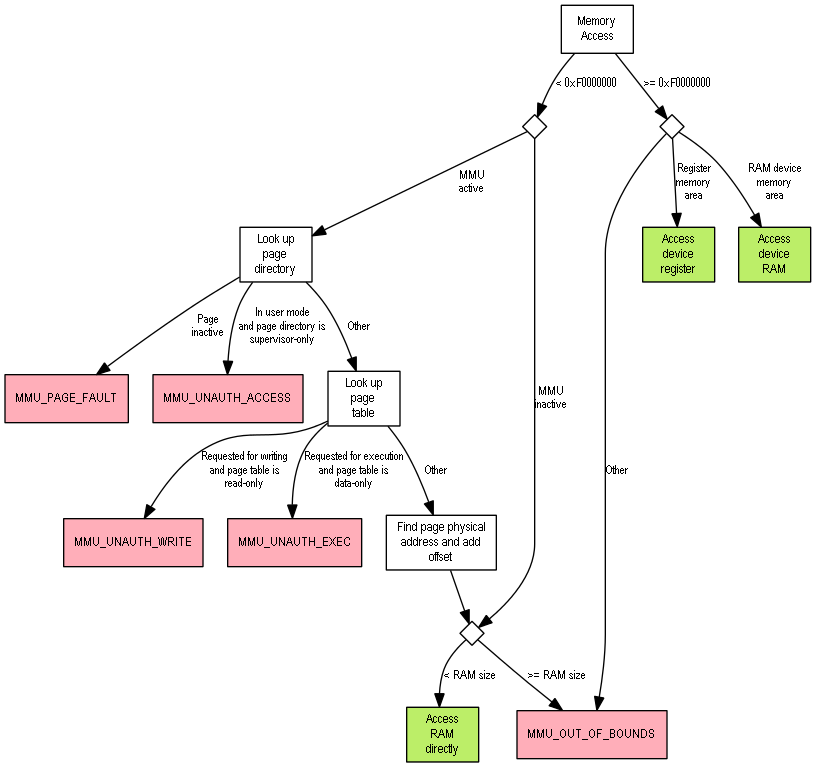
andrenho/luisa keeps this Graphviz diagram as diagrams/memory.png. Above is the earlier version. Its source is kept beside it as diagrams/memory.dot. Source of this version:
```dot
digraph {

    node [fontname="Sudo"];
    edge [fontname="Sudo"];

    {
        node [shape=diamond, label="", width=0.25, height=0.25];
        X3; X1; X2;
    }

    node [fontsize=11, shape=box];
    edge [fontsize=10];

    "Memory\nAccess" -> X3 [label = "< 0xF0000000"];
    X3 -> "Look up\npage\ndirectory" [label="MMU\nactive"];
    "Look up\npage\ndirectory" -> "Look up\npage\ntable" [label="Other"];
    MMU_PAGE_FAULT [fillcolor=lightpink1, style=filled];
    "Look up\npage\ndirectory" -> MMU_PAGE_FAULT [label="Page\ninactive"];
    MMU_UNAUTH_ACCESS [fillcolor=lightpink1, style=filled];
    "Look up\npage\ndirectory" -> MMU_UNAUTH_ACCESS [label="In user mode\nand page directory is\nsupervisor-only"];

    "Look up\npage\ntable" -> "Find page physical\naddress and add\noffset" [label="Other"];
    MMU_UNAUTH_WRITE [fillcolor=lightpink1, style=filled];
    "Look up\npage\ntable" -> MMU_UNAUTH_WRITE [label="Requested for writing\nand page table is\nread-only"];
    MMU_UNAUTH_EXEC [fillcolor=lightpink1, style=filled];
    "Look up\npage\ntable" -> MMU_UNAUTH_EXEC [label="Requested for execution\nand page table is\ndata-only"];
    "Find page physical\naddress and add\noffset" -> X1;

    "Access\ndevice\nregister" [fillcolor=darkolivegreen2, style=filled];
    "Access\ndevice\nRAM" [fillcolor=darkolivegreen2, style=filled];
    "MMU_OUT_OF_BOUNDS" [fillcolor=lightpink1, style=filled];

    X3 -> X1 [label="MMU\ninactive"];
    X1 -> "Access\nRAM\ndirectly" [label="< RAM size"];
    X1 -> "MMU_OUT_OF_BOUNDS" [label=">= RAM size"];

    "Memory\nAccess" -> X2 [label = ">= 0xF0000000"];
    X2 -> "Access\ndevice\nregister" [label="Register\nmemory\narea"];
    X2 -> "Access\ndevice\nRAM" [label="RAM device\nmemory\narea"];
    X2 -> "MMU_OUT_OF_BOUNDS" [label="Other"];

    "Access\nRAM\ndirectly" [fillcolor=darkolivegreen2, style=filled];

}
```
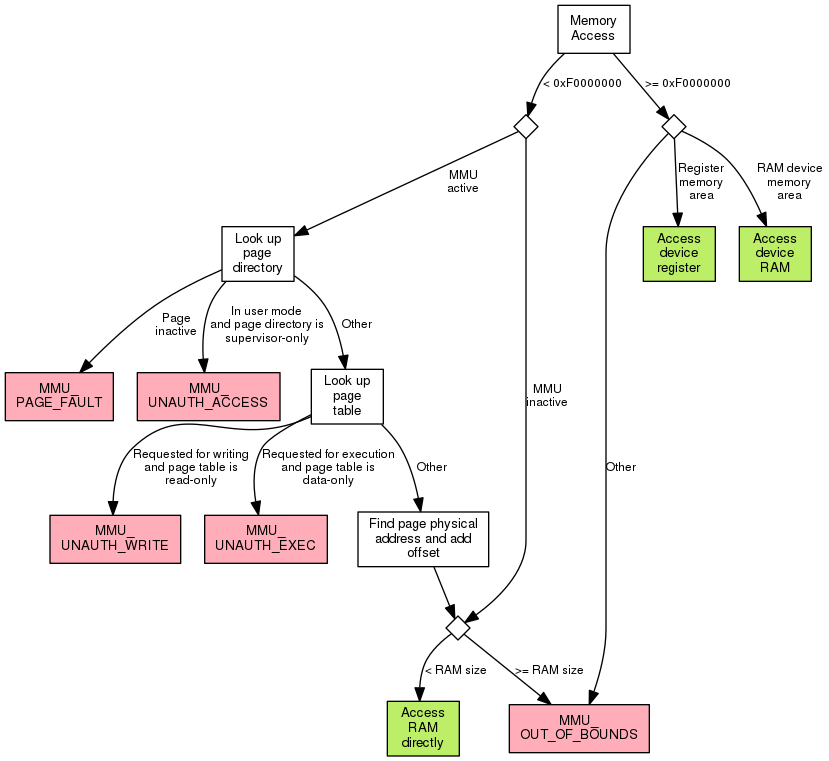
The same file after the commit.

Diff of the diagram source:
```diff
@@ -1,43 +1,43 @@
 digraph {
 
-    node [fontname="Sudo"];
-    edge [fontname="Sudo"];
+    node [fontname="helvetica"];
+    edge [fontname="helvetica"];
 
     {
         node [shape=diamond, label="", width=0.25, height=0.25];
         X3; X1; X2;
     }
 
-    node [fontsize=11, shape=box];
-    edge [fontsize=10];
+    node [fontsize=10, shape=box];
+    edge [fontsize=9];
 
     "Memory\nAccess" -> X3 [label = "< 0xF0000000"];
     X3 -> "Look up\npage\ndirectory" [label="MMU\nactive"];
     "Look up\npage\ndirectory" -> "Look up\npage\ntable" [label="Other"];
-    MMU_PAGE_FAULT [fillcolor=lightpink1, style=filled];
-    "Look up\npage\ndirectory" -> MMU_PAGE_FAULT [label="Page\ninactive"];
-    MMU_UNAUTH_ACCESS [fillcolor=lightpink1, style=filled];
-    "Look up\npage\ndirectory" -> MMU_UNAUTH_ACCESS [label="In user mode\nand page directory is\nsupervisor-only"];
+    "MMU_\nPAGE_FAULT" [fillcolor=lightpink1, style=filled];
+    "Look up\npage\ndirectory" -> "MMU_\nPAGE_FAULT" [label="Page\ninactive"];
+    "MMU_\nUNAUTH_ACCESS" [fillcolor=lightpink1, style=filled];
+    "Look up\npage\ndirectory" -> "MMU_\nUNAUTH_ACCESS" [label="In user mode\nand page directory is\nsupervisor-only"];
 
     "Look up\npage\ntable" -> "Find page physical\naddress and add\noffset" [label="Other"];
-    MMU_UNAUTH_WRITE [fillcolor=lightpink1, style=filled];
-    "Look up\npage\ntable" -> MMU_UNAUTH_WRITE [label="Requested for writing\nand page table is\nread-only"];
-    MMU_UNAUTH_EXEC [fillcolor=lightpink1, style=filled];
-    "Look up\npage\ntable" -> MMU_UNAUTH_EXEC [label="Requested for execution\nand page table is\ndata-only"];
+    "MMU_\nUNAUTH_WRITE" [fillcolor=lightpink1, style=filled];
+    "Look up\npage\ntable" -> "MMU_\nUNAUTH_WRITE" [label="Requested for writing\nand page table is\nread-only"];
+    "MMU_\nUNAUTH_EXEC" [fillcolor=lightpink1, style=filled];
+    "Look up\npage\ntable" -> "MMU_\nUNAUTH_EXEC" [label="Requested for execution\nand page table is\ndata-only"];
     "Find page physical\naddress and add\noffset" -> X1;
 
     "Access\ndevice\nregister" [fillcolor=darkolivegreen2, style=filled];
     "Access\ndevice\nRAM" [fillcolor=darkolivegreen2, style=filled];
-    "MMU_OUT_OF_BOUNDS" [fillcolor=lightpink1, style=filled];
+    "MMU_\nOUT_OF_BOUNDS" [fillcolor=lightpink1, style=filled];
 
     X3 -> X1 [label="MMU\ninactive"];
     X1 -> "Access\nRAM\ndirectly" [label="< RAM size"];
-    X1 -> "MMU_OUT_OF_BOUNDS" [label=">= RAM size"];
+    X1 -> "MMU_\nOUT_OF_BOUNDS" [label=">= RAM size"];
 
     "Memory\nAccess" -> X2 [label = ">= 0xF0000000"];
     X2 -> "Access\ndevice\nregister" [label="Register\nmemory\narea"];
     X2 -> "Access\ndevice\nRAM" [label="RAM device\nmemory\narea"];
-    X2 -> "MMU_OUT_OF_BOUNDS" [label="Other"];
+    X2 -> "MMU_\nOUT_OF_BOUNDS" [label="Other"];
 
     "Access\nRAM\ndirectly" [fillcolor=darkolivegreen2, style=filled];
 
```
